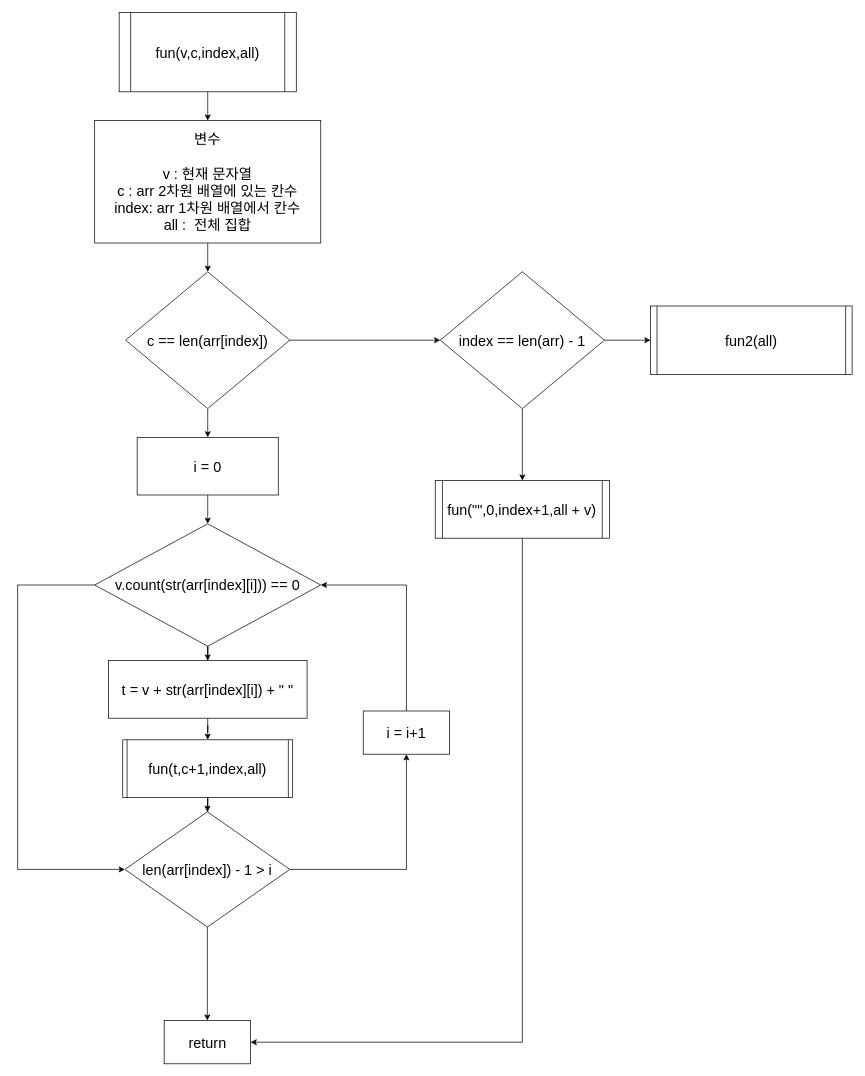
Earlier version of the draw.io diagram page "fun" (3 of 4) of 2580.drawio (justsicklife/flowchart). Source tidied: cells renumbered, new cells numbered last; positions are measured from the earlier drawing's top-left corner, leaving out a move shared by most shapes. Both pictures are drawn from the tidied source at 72%, with x=0, y=0 at pixel (17, 12).
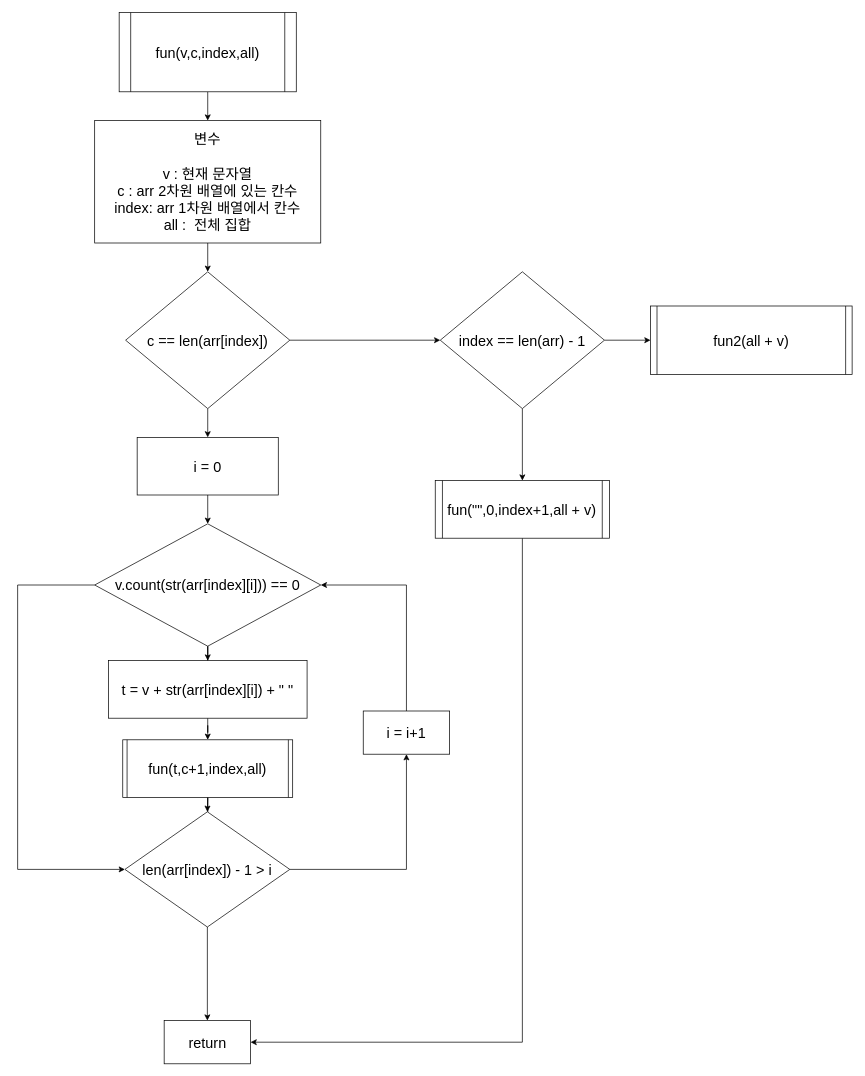
The same diagram, later.

Diff of the diagram source:
```diff
@@
-    <mxCell id="28" value="fun2(all)" style="shape=process;whiteSpace=wrap;html=1;backgroundOutline=1;fontSize=20;size=0.03125;" parent="1" vertex="1">
+    <mxCell id="28" value="fun2(all + v)" style="shape=process;whiteSpace=wrap;html=1;backgroundOutline=1;fontSize=20;size=0.03125;" parent="1" vertex="1">
       <mxGeometry x="879" y="407.5" width="280" height="95" as="geometry" />
     </mxCell>
```
